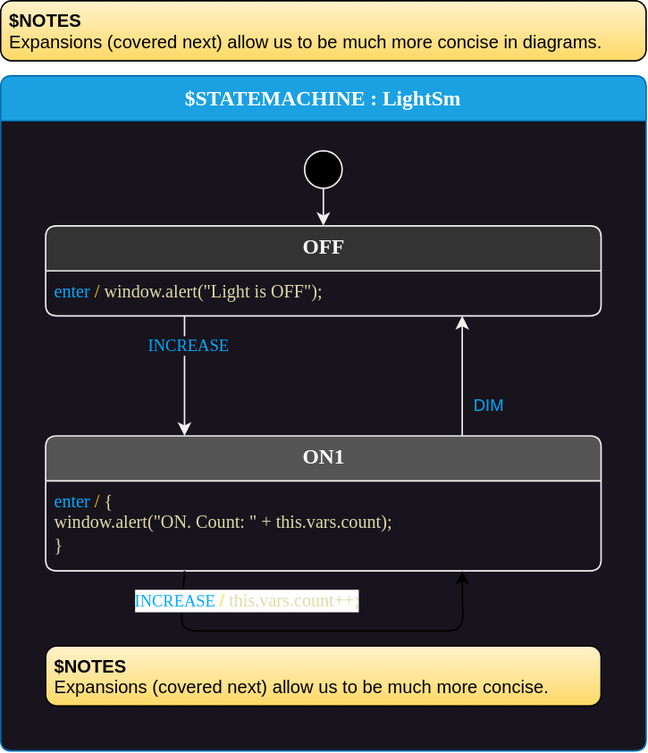
Earlier version of the draw.io export lesson-2/LightSm.drawio.svg (StateSmith/tutorial-2). Source tidied: cells renumbered, new cells last; positions are measured from the earlier drawing's top-left corner, leaving out a move shared by most shapes. Source of this version:
```xml
<mxGraphModel>
  <root>
    <mxCell id="0" />
    <mxCell id="1" parent="0" />
    <mxCell id="2" value="$STATEMACHINE : LightSm" style="shape=swimlane;align=center;verticalAlign=top;fontFamily=Lucida Console;startSize=30;fontSize=14;fontStyle=1;swimlaneFillColor=#18141d;rounded=1;arcSize=15;absoluteArcSize=1;fillColor=#1ba1e2;fontColor=#ffffff;strokeColor=#006EAF;" parent="1" vertex="1">
      <mxGeometry y="50" width="430" height="450" as="geometry" />
    </mxCell>
    <mxCell id="3" value=" " style="fontFamily=Lucida Console;align=left;verticalAlign=top;fillColor=none;gradientColor=none;strokeColor=none;rounded=0;spacingLeft=4;" parent="2" vertex="1">
      <mxGeometry y="30" width="30" height="20" as="geometry" />
    </mxCell>
    <mxCell id="4" style="edgeStyle=none;html=1;strokeColor=#F0F0F0;" parent="2" edge="1" source="8" target="5">
      <mxGeometry relative="1" as="geometry" />
    </mxCell>
    <mxCell id="5" value="OFF" style="shape=swimlane;align=center;verticalAlign=top;fontFamily=Lucida Console;startSize=30;fontSize=14;fontStyle=1;swimlaneFillColor=#18141d;html=1;rounded=1;arcSize=15;absoluteArcSize=1;fillColor=#333333;fontColor=#FAFAFA;strokeColor=#F0F0F0;" parent="2" vertex="1">
      <mxGeometry x="30" y="100" width="370" height="60" as="geometry" />
    </mxCell>
    <mxCell id="6" value="&lt;font color=&quot;#00aaff&quot;&gt;enter &lt;/font&gt;&lt;font color=&quot;#ffd700&quot;&gt;/&lt;/font&gt;&amp;nbsp;&lt;font color=&quot;#dcdcaa&quot;&gt;window.alert(&quot;Light is OFF&quot;);&lt;/font&gt;" style="fontFamily=Lucida Console;align=left;verticalAlign=top;fillColor=none;gradientColor=none;strokeColor=none;rounded=0;spacingLeft=4;html=1;" parent="5" vertex="1">
      <mxGeometry y="30" width="290" height="30" as="geometry" />
    </mxCell>
    <mxCell id="7" value="&lt;font face=&quot;Lucida Console&quot;&gt;INCREASE&lt;/font&gt;" style="edgeStyle=none;html=1;exitX=0.25;exitY=1;exitDx=0;exitDy=0;entryX=0.25;entryY=0;entryDx=0;entryDy=0;fontColor=#00AAFF;labelBackgroundColor=#18141D;strokeColor=#F0F0F0;" parent="2" edge="1" source="5" target="10">
      <mxGeometry x="-0.5" y="2" relative="1" as="geometry">
        <mxPoint x="1" as="offset" />
      </mxGeometry>
    </mxCell>
    <mxCell id="8" value="$initial_state" style="shape=ellipse;fillColor=#000000;noLabel=1;strokeColor=#F0F0F0;" parent="2" vertex="1">
      <mxGeometry x="202.5" y="50" width="25" height="25" as="geometry" />
    </mxCell>
    <mxCell id="9" value="DIM" style="edgeStyle=none;html=1;exitX=0.75;exitY=0;exitDx=0;exitDy=0;fontColor=#00AAFF;strokeColor=#F0F0F0;labelBackgroundColor=#18141D;entryX=0.75;entryY=1;entryDx=0;entryDy=0;" parent="2" edge="1" source="10" target="5">
      <mxGeometry x="-0.5" y="-17" relative="1" as="geometry" />
    </mxCell>
    <mxCell id="10" value="ON1" style="shape=swimlane;align=center;verticalAlign=top;fontFamily=Lucida Console;startSize=30;fontSize=14;fontStyle=1;swimlaneFillColor=#18141d;html=1;rounded=1;arcSize=15;absoluteArcSize=1;fillColor=#545454;fontColor=#ffffff;strokeColor=#F0F0F0;" parent="2" vertex="1">
      <mxGeometry x="30" y="240" width="370" height="90" as="geometry" />
    </mxCell>
    <mxCell id="11" value="&lt;font color=&quot;#00aaff&quot;&gt;enter&amp;nbsp;&lt;/font&gt;&lt;font color=&quot;#ffd700&quot;&gt;/&lt;/font&gt;&amp;nbsp;&lt;font color=&quot;#dcdcaa&quot;&gt;{&lt;br&gt;&amp;nbsp; window.alert(&quot;ON. Count: &quot; + this.vars.count);&lt;br&gt;}&lt;br&gt;&lt;/font&gt;" style="fontFamily=Lucida Console;align=left;verticalAlign=top;fillColor=none;gradientColor=none;strokeColor=none;rounded=0;spacingLeft=4;html=1;" parent="10" vertex="1">
      <mxGeometry y="30" width="370" height="60" as="geometry" />
    </mxCell>
    <mxCell id="12" value="&lt;span style=&quot;color: rgb(0, 170, 255);&quot;&gt;INCREASE&amp;nbsp;&lt;/span&gt;&lt;font style=&quot;font-size: 12px; text-align: left;&quot; color=&quot;#ffd700&quot;&gt;/&lt;/font&gt;&lt;span style=&quot;font-size: 12px; text-align: left;&quot;&gt;&amp;nbsp;&lt;/span&gt;&lt;font style=&quot;font-size: 12px; text-align: left;&quot; color=&quot;#dcdcaa&quot;&gt;this.vars.count++;&lt;/font&gt;" style="edgeStyle=none;html=1;exitX=0.25;exitY=1;exitDx=0;exitDy=0;fontFamily=Lucida Console;entryX=0.75;entryY=1;entryDx=0;entryDy=0;" parent="2" edge="1" source="10" target="10">
      <mxGeometry x="-0.37" y="20" relative="1" as="geometry">
        <Array as="points">
          <mxPoint x="120" y="370" />
          <mxPoint x="308" y="370" />
        </Array>
      </mxGeometry>
    </mxCell>
    <mxCell id="13" value="&lt;b&gt;$NOTES&lt;/b&gt;&lt;br&gt;Expansions (covered next) allow us to be much more concise." style="shape=rectangle;rounded=1;arcSize=15;absoluteArcSize=1;align=left;verticalAlign=top;whiteSpace=wrap;html=1;spacingLeft=4;strokeWidth=1;strokeColor=default;fillColor=#fff2cc;fontColor=#000000;gradientColor=#ffd966;" parent="2" vertex="1">
      <mxGeometry x="30" y="380" width="370" height="40" as="geometry" />
    </mxCell>
    <mxCell id="14" value="&lt;b&gt;$NOTES&lt;/b&gt;&lt;br&gt;Expansions (covered next) allow us to be much more concise in diagrams." style="shape=rectangle;rounded=1;arcSize=15;absoluteArcSize=1;align=left;verticalAlign=top;whiteSpace=wrap;html=1;spacingLeft=4;strokeWidth=1;strokeColor=default;fillColor=#fff2cc;fontColor=#000000;gradientColor=#ffd966;" parent="1" vertex="1">
      <mxGeometry width="430" height="40" as="geometry" />
    </mxCell>
  </root>
</mxGraphModel>
```
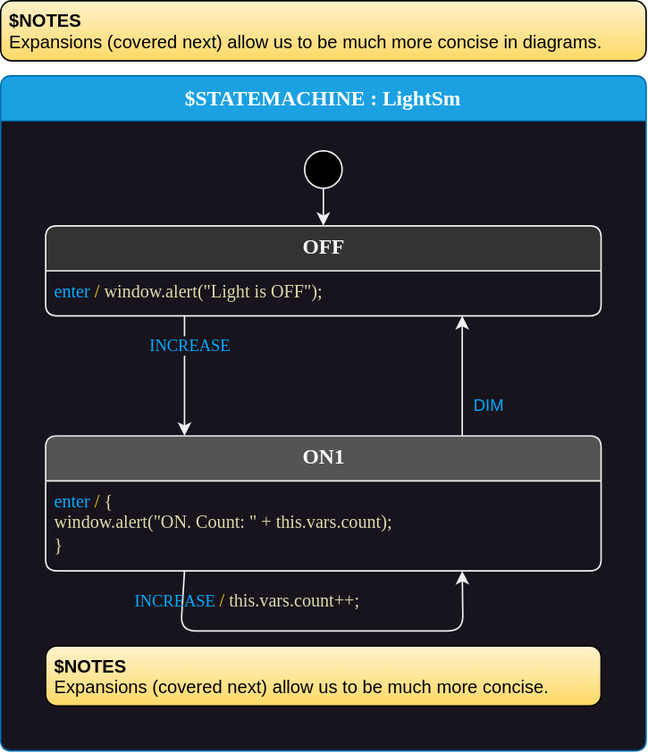
The same diagram one commit later.

Commit message:
light/dark theme fixes

What changed in the source:
```diff
@@ -34,7 +34,7 @@
     <mxCell id="11" value="&lt;font color=&quot;#00aaff&quot;&gt;enter&amp;nbsp;&lt;/font&gt;&lt;font color=&quot;#ffd700&quot;&gt;/&lt;/font&gt;&amp;nbsp;&lt;font color=&quot;#dcdcaa&quot;&gt;{&lt;br&gt;&amp;nbsp; window.alert(&quot;ON. Count: &quot; + this.vars.count);&lt;br&gt;}&lt;br&gt;&lt;/font&gt;" style="fontFamily=Lucida Console;align=left;verticalAlign=top;fillColor=none;gradientColor=none;strokeColor=none;rounded=0;spacingLeft=4;html=1;" parent="10" vertex="1">
       <mxGeometry y="30" width="370" height="60" as="geometry" />
     </mxCell>
-    <mxCell id="12" value="&lt;span style=&quot;color: rgb(0, 170, 255);&quot;&gt;INCREASE&amp;nbsp;&lt;/span&gt;&lt;font style=&quot;font-size: 12px; text-align: left;&quot; color=&quot;#ffd700&quot;&gt;/&lt;/font&gt;&lt;span style=&quot;font-size: 12px; text-align: left;&quot;&gt;&amp;nbsp;&lt;/span&gt;&lt;font style=&quot;font-size: 12px; text-align: left;&quot; color=&quot;#dcdcaa&quot;&gt;this.vars.count++;&lt;/font&gt;" style="edgeStyle=none;html=1;exitX=0.25;exitY=1;exitDx=0;exitDy=0;fontFamily=Lucida Console;entryX=0.75;entryY=1;entryDx=0;entryDy=0;" parent="2" edge="1" source="10" target="10">
+    <mxCell id="12" value="&lt;span style=&quot;color: rgb(0, 170, 255);&quot;&gt;INCREASE&amp;nbsp;&lt;/span&gt;&lt;font style=&quot;font-size: 12px; text-align: left;&quot; color=&quot;#ffd700&quot;&gt;/&lt;/font&gt;&lt;span style=&quot;font-size: 12px; text-align: left;&quot;&gt;&amp;nbsp;&lt;/span&gt;&lt;font style=&quot;font-size: 12px; text-align: left;&quot; color=&quot;#dcdcaa&quot;&gt;this.vars.count++;&lt;/font&gt;" style="edgeStyle=none;html=1;exitX=0.25;exitY=1;exitDx=0;exitDy=0;fontFamily=Lucida Console;entryX=0.75;entryY=1;entryDx=0;entryDy=0;strokeColor=#F0F0F0;labelBackgroundColor=none;" parent="2" edge="1" source="10" target="10">
       <mxGeometry x="-0.37" y="20" relative="1" as="geometry">
         <Array as="points">
           <mxPoint x="120" y="370" />
```
